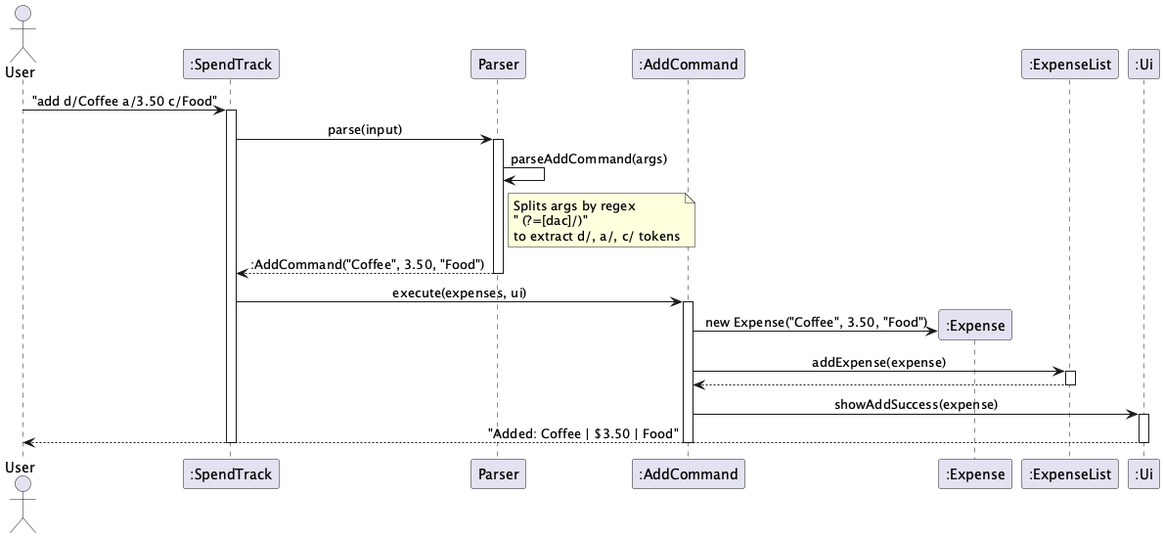
The PlantUML diagram docs/images/AddCommandSequence.png in AbhijitBalajee/tp, before a commit.
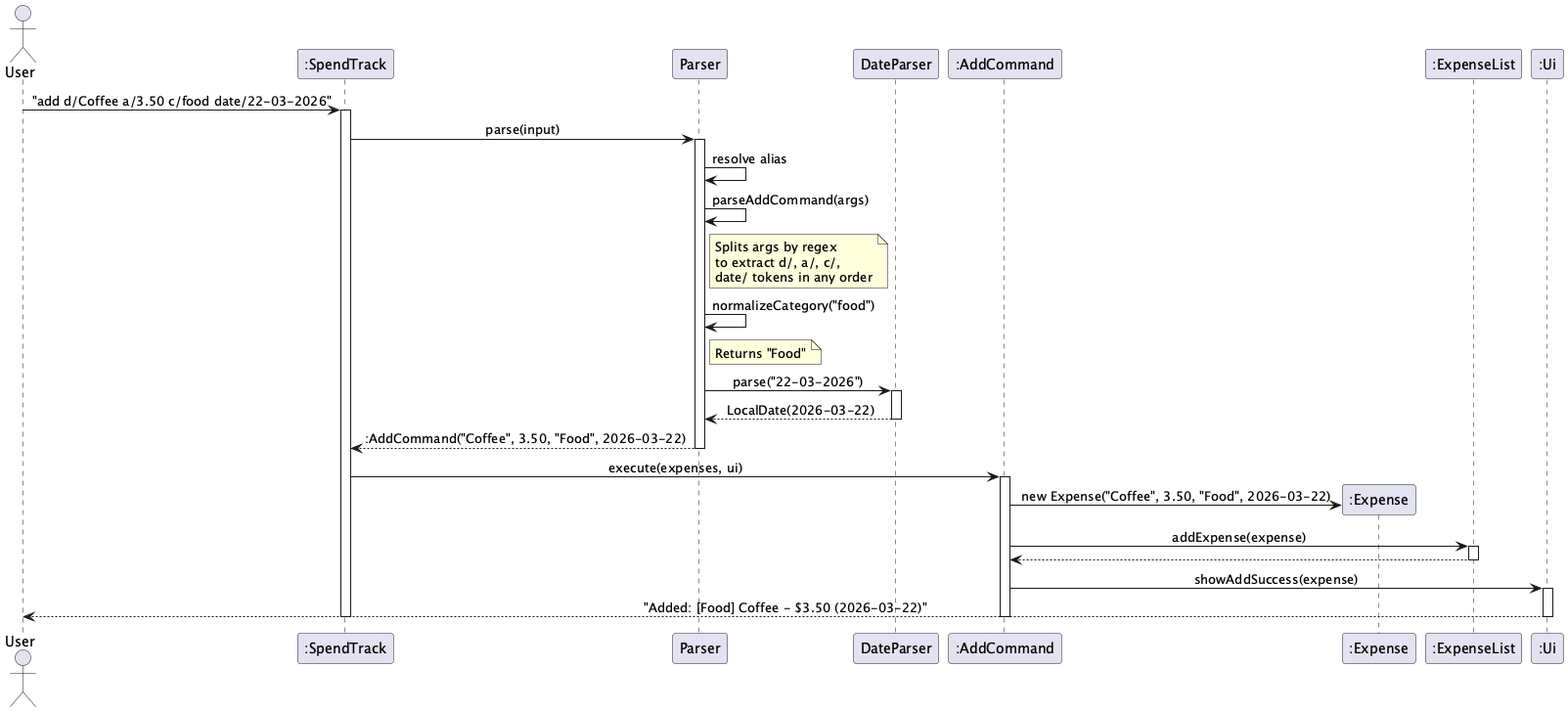
The same diagram one commit later.

Commit message:
docs: add v2.0 DG sections for date parsing, summary, aliases

Diff of the diagram source:
```diff
@@ -6,35 +6,43 @@
 actor User
 participant ":SpendTrack" as ST
 participant "Parser" as P
+participant "DateParser" as DP
 participant ":AddCommand" as AC
 participant ":Expense" as E
 participant ":ExpenseList" as EL
 participant ":Ui" as UI
 
-User -> ST : "add d/Coffee a/3.50 c/Food"
+User -> ST : "add d/Coffee a/3.50 c/food date/22-03-2026"
 activate ST
 
 ST -> P : parse(input)
 activate P
+P -> P : resolve alias
 P -> P : parseAddCommand(args)
 note right of P
   Splits args by regex
-  " (?=[dac]/)"
-  to extract d/, a/, c/ tokens
+  to extract d/, a/, c/,
+  date/ tokens in any order
 end note
-P --> ST : :AddCommand("Coffee", 3.50, "Food")
+P -> P : normalizeCategory("food")
+note right of P : Returns "Food"
+P -> DP : parse("22-03-2026")
+activate DP
+DP --> P : LocalDate(2026-03-22)
+deactivate DP
+P --> ST : :AddCommand("Coffee", 3.50, "Food", 2026-03-22)
 deactivate P
 
 ST -> AC : execute(expenses, ui)
 activate AC
-AC -> E ** : new Expense("Coffee", 3.50, "Food")
+AC -> E ** : new Expense("Coffee", 3.50, "Food", 2026-03-22)
 AC -> EL : addExpense(expense)
 activate EL
 EL --> AC
 deactivate EL
 AC -> UI : showAddSuccess(expense)
 activate UI
-UI --> User : "Added: Coffee | $3.50 | Food"
+UI --> User : "Added: [Food] Coffee - $3.50 (2026-03-22)"
 deactivate UI
 deactivate AC
 
```
